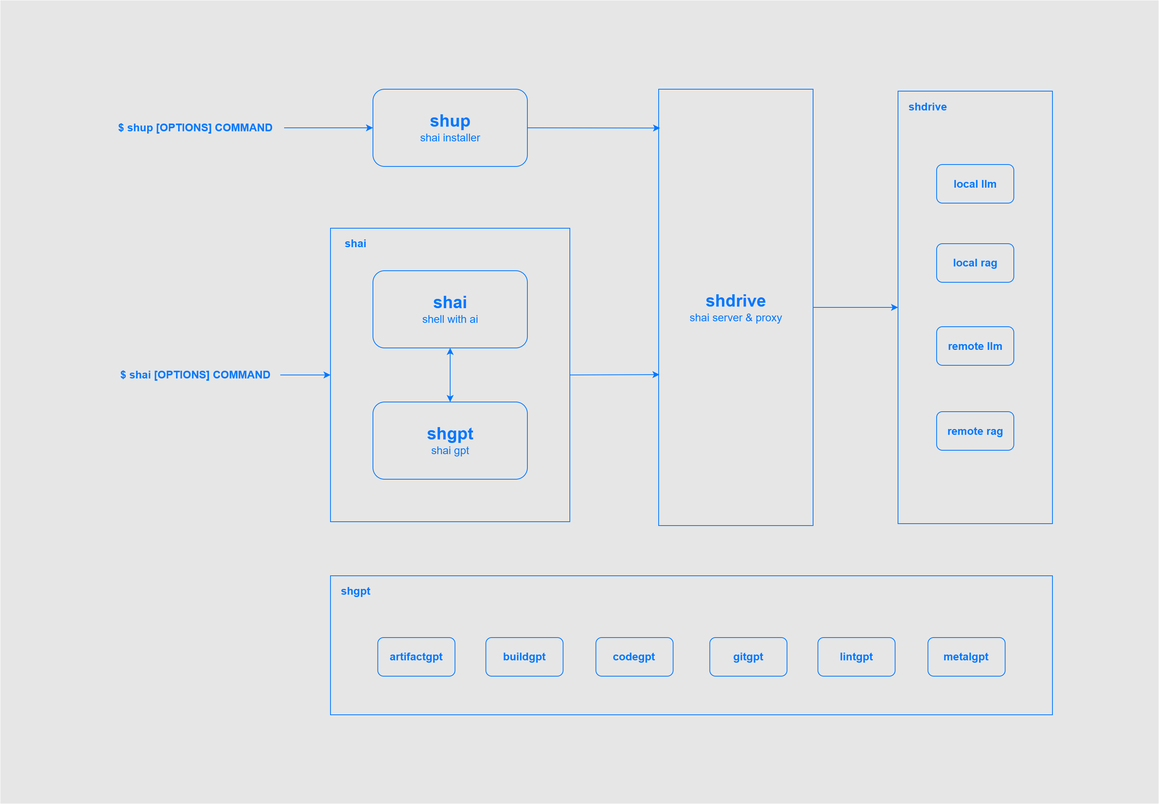
This is profile/arch.png from ai-flowx/.github, a draw.io export, as it was before one commit. Source tidied: cells renumbered, new cells last; positions are measured from the earlier drawing's top-left corner, leaving out a move shared by most shapes.
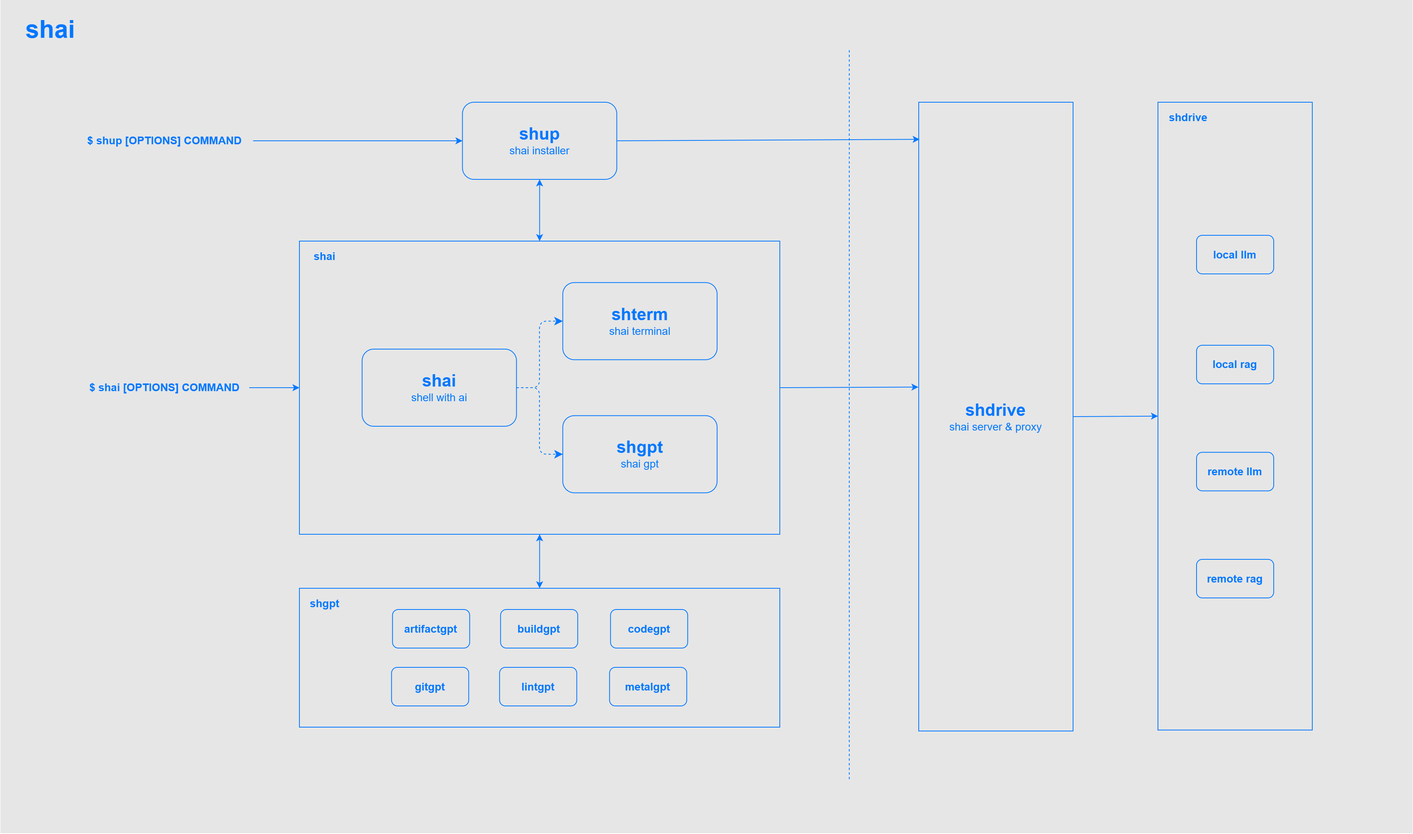
The same diagram one commit later.

Commit message:
docs(profile): update arch files

Diff of the diagram source:
```diff
@@ -3,16 +3,16 @@
     <mxCell id="0" />
     <mxCell id="1" parent="0" />
     <mxCell id="2" style="rounded=0;whiteSpace=wrap;html=1;strokeColor=none;fillColor=#E6E6E6;" parent="1" vertex="1">
-      <mxGeometry width="1500" height="1040" as="geometry" />
+      <mxGeometry x="40" y="-17.5" width="1830" height="1080" as="geometry" />
     </mxCell>
     <mxCell id="3" value="&lt;font color=&quot;#0077ff&quot; style=&quot;&quot;&gt;&lt;br&gt;&lt;/font&gt;" style="rounded=0;whiteSpace=wrap;html=1;strokeColor=#0077FF;fillColor=none;shadow=0;" parent="1" vertex="1">
-      <mxGeometry x="427.5" y="745" width="935" height="180" as="geometry" />
+      <mxGeometry x="427.5" y="745" width="622.5" height="180" as="geometry" />
     </mxCell>
     <mxCell id="4" style="rounded=0;whiteSpace=wrap;html=1;strokeColor=#0077FF;fontSize=14;fontColor=#0077FF;fillColor=none;" parent="1" vertex="1">
-      <mxGeometry x="427.5" y="295" width="310" height="380" as="geometry" />
+      <mxGeometry x="427.5" y="295" width="622.5" height="380" as="geometry" />
     </mxCell>
     <mxCell id="5" value="&lt;font color=&quot;#0077ff&quot; style=&quot;&quot;&gt;&lt;span style=&quot;font-weight: bold; font-size: 22px;&quot;&gt;shai&lt;/span&gt;&lt;br&gt;&lt;font style=&quot;font-size: 14px;&quot;&gt;shell with ai&lt;/font&gt;&lt;br&gt;&lt;/font&gt;" style="rounded=1;whiteSpace=wrap;html=1;strokeColor=#0077FF;fillColor=none;shadow=0;" parent="1" vertex="1">
-      <mxGeometry x="482.5" y="350" width="200" height="100" as="geometry" />
+      <mxGeometry x="508.8" y="435" width="200" height="100" as="geometry" />
     </mxCell>
     <mxCell id="6" value="$&amp;nbsp;shai [OPTIONS] COMMAND" style="text;html=1;strokeColor=none;fillColor=none;align=center;verticalAlign=middle;whiteSpace=wrap;rounded=0;fontStyle=1;dashed=1;fontColor=#0077FF;fontSize=14;" parent="1" vertex="1">
       <mxGeometry x="142.5" y="462.5" width="220" height="45" as="geometry" />
@@ -24,61 +24,58 @@
       <mxGeometry relative="1" as="geometry" />
     </mxCell>
     <mxCell id="9" value="&lt;font color=&quot;#0077ff&quot; style=&quot;&quot;&gt;&lt;span style=&quot;font-weight: bold; font-size: 22px;&quot;&gt;shup&lt;/span&gt;&lt;br&gt;&lt;font style=&quot;font-size: 14px;&quot;&gt;shai installer&lt;/font&gt;&lt;br&gt;&lt;/font&gt;" style="rounded=1;whiteSpace=wrap;html=1;strokeColor=#0077FF;fillColor=none;shadow=0;" parent="1" vertex="1">
-      <mxGeometry x="482.5" y="115" width="200" height="100" as="geometry" />
+      <mxGeometry x="638.8" y="115" width="200" height="100" as="geometry" />
     </mxCell>
     <mxCell id="10" value="&lt;font color=&quot;#0077ff&quot; style=&quot;&quot;&gt;&lt;span style=&quot;font-weight: bold; font-size: 22px;&quot;&gt;shdrive&lt;/span&gt;&lt;br&gt;&lt;font style=&quot;font-size: 14px;&quot;&gt;shai server &amp;amp; proxy&lt;/font&gt;&lt;br&gt;&lt;/font&gt;" style="rounded=0;whiteSpace=wrap;html=1;strokeColor=#0077FF;fillColor=none;shadow=0;" parent="1" vertex="1">
-      <mxGeometry x="852.5" y="115" width="200" height="565" as="geometry" />
+      <mxGeometry x="1230" y="115" width="200" height="815" as="geometry" />
     </mxCell>
-    <mxCell id="11" value="&lt;font color=&quot;#0077ff&quot; style=&quot;&quot;&gt;&lt;span style=&quot;font-weight: bold; font-size: 22px;&quot;&gt;shgpt&lt;/span&gt;&lt;br&gt;&lt;font style=&quot;font-size: 14px;&quot;&gt;shai gpt&lt;/font&gt;&lt;br&gt;&lt;/font&gt;" style="rounded=1;whiteSpace=wrap;html=1;strokeColor=#0077FF;fillColor=none;shadow=0;" parent="1" vertex="1">
-      <mxGeometry x="482.5" y="520" width="200" height="100" as="geometry" />
+    <mxCell id="11" value="&lt;span style=&quot;border-color: var(--border-color); color: rgb(0, 119, 255); font-weight: bold; font-size: 22px;&quot;&gt;shterm&lt;/span&gt;&lt;br style=&quot;border-color: var(--border-color); color: rgb(0, 119, 255);&quot;&gt;&lt;font style=&quot;border-color: var(--border-color); color: rgb(0, 119, 255); font-size: 14px;&quot;&gt;shai terminal&lt;/font&gt;&lt;font color=&quot;#0077ff&quot; style=&quot;&quot;&gt;&lt;br&gt;&lt;/font&gt;" style="rounded=1;whiteSpace=wrap;html=1;strokeColor=#0077FF;fillColor=none;shadow=0;" parent="1" vertex="1">
+      <mxGeometry x="768.8" y="348.8" width="200" height="100" as="geometry" />
     </mxCell>
     <mxCell id="12" style="endArrow=classic;html=1;fontSize=14;fontColor=#0077FF;entryX=0;entryY=0.5;entryDx=0;entryDy=0;exitX=1;exitY=0.5;exitDx=0;exitDy=0;strokeColor=#0077FF;" parent="1" edge="1" source="7" target="9">
       <mxGeometry relative="1" as="geometry" />
     </mxCell>
-    <mxCell id="13" style="endArrow=classic;html=1;fontSize=14;fontColor=#0077FF;entryX=0.5;entryY=1;entryDx=0;entryDy=0;exitX=0.5;exitY=0;exitDx=0;exitDy=0;strokeColor=#0077FF;startArrow=classic;startFill=1;" parent="1" edge="1" source="11" target="5">
-      <mxGeometry relative="1" as="geometry" />
-    </mxCell>
     <mxCell id="14" value="&lt;font color=&quot;#0077ff&quot; style=&quot;&quot;&gt;&lt;br&gt;&lt;/font&gt;" style="rounded=0;whiteSpace=wrap;html=1;strokeColor=#0077FF;fillColor=none;shadow=0;" parent="1" vertex="1">
-      <mxGeometry x="1162.5" y="117.5" width="200" height="560" as="geometry" />
+      <mxGeometry x="1540" y="115" width="200" height="813.8" as="geometry" />
     </mxCell>
     <mxCell id="15" value="&lt;font color=&quot;#0077ff&quot; style=&quot;&quot;&gt;&lt;b style=&quot;&quot;&gt;&lt;font style=&quot;font-size: 14px;&quot;&gt;local llm&lt;/font&gt;&lt;/b&gt;&lt;br&gt;&lt;/font&gt;" style="rounded=1;whiteSpace=wrap;html=1;strokeColor=#0077FF;fillColor=none;shadow=0;" parent="1" vertex="1">
-      <mxGeometry x="1212.5" y="212.5" width="100" height="50" as="geometry" />
+      <mxGeometry x="1590" y="287.5" width="100" height="50" as="geometry" />
     </mxCell>
     <mxCell id="16" value="&lt;font color=&quot;#0077ff&quot; style=&quot;&quot;&gt;&lt;b style=&quot;&quot;&gt;&lt;font style=&quot;font-size: 14px;&quot;&gt;local rag&lt;/font&gt;&lt;/b&gt;&lt;br&gt;&lt;/font&gt;" style="rounded=1;whiteSpace=wrap;html=1;strokeColor=#0077FF;fillColor=none;shadow=0;" parent="1" vertex="1">
-      <mxGeometry x="1212.5" y="315" width="100" height="50" as="geometry" />
+      <mxGeometry x="1590" y="430" width="100" height="50" as="geometry" />
     </mxCell>
     <mxCell id="17" value="&lt;font color=&quot;#0077ff&quot; style=&quot;&quot;&gt;&lt;b style=&quot;&quot;&gt;&lt;font style=&quot;font-size: 14px;&quot;&gt;remote llm&lt;/font&gt;&lt;/b&gt;&lt;br&gt;&lt;/font&gt;" style="rounded=1;whiteSpace=wrap;html=1;strokeColor=#0077FF;fillColor=none;shadow=0;" parent="1" vertex="1">
-      <mxGeometry x="1212.5" y="422.5" width="100" height="50" as="geometry" />
+      <mxGeometry x="1590" y="568.8" width="100" height="50" as="geometry" />
     </mxCell>
     <mxCell id="18" value="&lt;font color=&quot;#0077ff&quot; style=&quot;&quot;&gt;&lt;b style=&quot;&quot;&gt;&lt;font style=&quot;font-size: 14px;&quot;&gt;remote rag&lt;/font&gt;&lt;/b&gt;&lt;br&gt;&lt;/font&gt;" style="rounded=1;whiteSpace=wrap;html=1;strokeColor=#0077FF;fillColor=none;shadow=0;" parent="1" vertex="1">
-      <mxGeometry x="1212.5" y="532.5" width="100" height="50" as="geometry" />
+      <mxGeometry x="1590" y="707.5" width="100" height="50" as="geometry" />
     </mxCell>
-    <mxCell id="19" style="endArrow=classic;html=1;fontSize=14;fontColor=#0077FF;entryX=0.009;entryY=0.089;entryDx=0;entryDy=0;exitX=1;exitY=0.5;exitDx=0;exitDy=0;strokeColor=#0077FF;entryPerimeter=0;" parent="1" edge="1" source="9" target="10">
+    <mxCell id="19" style="endArrow=classic;html=1;fontSize=14;fontColor=#0077FF;entryX=0.006;entryY=0.059;entryDx=0;entryDy=0;exitX=1;exitY=0.5;exitDx=0;exitDy=0;strokeColor=#0077FF;entryPerimeter=0;" parent="1" edge="1" source="9" target="10">
       <mxGeometry relative="1" as="geometry" />
     </mxCell>
-    <mxCell id="20" style="endArrow=classic;html=1;fontSize=14;fontColor=#0077FF;entryX=0.005;entryY=0.654;entryDx=0;entryDy=0;exitX=1;exitY=0.5;exitDx=0;exitDy=0;strokeColor=#0077FF;entryPerimeter=0;" parent="1" edge="1" source="4" target="10">
+    <mxCell id="20" style="endArrow=classic;html=1;fontSize=14;fontColor=#0077FF;entryX=-0.002;entryY=0.453;entryDx=0;entryDy=0;exitX=1;exitY=0.5;exitDx=0;exitDy=0;strokeColor=#0077FF;entryPerimeter=0;" parent="1" edge="1" source="4" target="10">
       <mxGeometry relative="1" as="geometry" />
     </mxCell>
-    <mxCell id="21" style="endArrow=classic;html=1;fontSize=14;fontColor=#0077FF;entryX=0;entryY=0.5;entryDx=0;entryDy=0;exitX=1;exitY=0.5;exitDx=0;exitDy=0;strokeColor=#0077FF;" parent="1" edge="1" source="10" target="14">
+    <mxCell id="21" style="endArrow=classic;html=1;fontSize=14;fontColor=#0077FF;exitX=1;exitY=0.5;exitDx=0;exitDy=0;strokeColor=#0077FF;entryX=0;entryY=0.5;entryDx=0;entryDy=0;" parent="1" edge="1" source="10" target="14">
       <mxGeometry relative="1" as="geometry" />
     </mxCell>
     <mxCell id="22" value="&lt;font color=&quot;#0077ff&quot; style=&quot;&quot;&gt;&lt;b style=&quot;&quot;&gt;&lt;font style=&quot;font-size: 14px;&quot;&gt;artifactgpt&lt;/font&gt;&lt;/b&gt;&lt;br&gt;&lt;/font&gt;" style="rounded=1;whiteSpace=wrap;html=1;strokeColor=#0077FF;fillColor=none;shadow=0;" parent="1" vertex="1">
-      <mxGeometry x="488.8" y="825" width="100" height="50" as="geometry" />
+      <mxGeometry x="548.1" y="772.5" width="100" height="50" as="geometry" />
     </mxCell>
     <mxCell id="23" value="&lt;font color=&quot;#0077ff&quot; style=&quot;&quot;&gt;&lt;b style=&quot;&quot;&gt;&lt;font style=&quot;font-size: 14px;&quot;&gt;buildgpt&lt;/font&gt;&lt;/b&gt;&lt;br&gt;&lt;/font&gt;" style="rounded=1;whiteSpace=wrap;html=1;strokeColor=#0077FF;fillColor=none;shadow=0;" parent="1" vertex="1">
-      <mxGeometry x="628.8" y="825" width="100" height="50" as="geometry" />
+      <mxGeometry x="688.1" y="772.5" width="100" height="50" as="geometry" />
     </mxCell>
     <mxCell id="24" value="&lt;font color=&quot;#0077ff&quot; style=&quot;&quot;&gt;&lt;b style=&quot;&quot;&gt;&lt;font style=&quot;font-size: 14px;&quot;&gt;codegpt&lt;/font&gt;&lt;/b&gt;&lt;br&gt;&lt;/font&gt;" style="rounded=1;whiteSpace=wrap;html=1;strokeColor=#0077FF;fillColor=none;shadow=0;" parent="1" vertex="1">
-      <mxGeometry x="771.2" y="825" width="100" height="50" as="geometry" />
+      <mxGeometry x="830.6" y="772.5" width="100" height="50" as="geometry" />
     </mxCell>
     <mxCell id="25" value="&lt;font color=&quot;#0077ff&quot; style=&quot;&quot;&gt;&lt;b style=&quot;&quot;&gt;&lt;font style=&quot;font-size: 14px;&quot;&gt;gitgpt&lt;/font&gt;&lt;/b&gt;&lt;br&gt;&lt;/font&gt;" style="rounded=1;whiteSpace=wrap;html=1;strokeColor=#0077FF;fillColor=none;shadow=0;" parent="1" vertex="1">
-      <mxGeometry x="918.8" y="825" width="100" height="50" as="geometry" />
+      <mxGeometry x="546.9" y="847.5" width="100" height="50" as="geometry" />
     </mxCell>
     <mxCell id="26" value="&lt;font color=&quot;#0077ff&quot; style=&quot;&quot;&gt;&lt;b style=&quot;&quot;&gt;&lt;font style=&quot;font-size: 14px;&quot;&gt;lintgpt&lt;/font&gt;&lt;/b&gt;&lt;br&gt;&lt;/font&gt;" style="rounded=1;whiteSpace=wrap;html=1;strokeColor=#0077FF;fillColor=none;shadow=0;" parent="1" vertex="1">
-      <mxGeometry x="1058.8" y="825" width="100" height="50" as="geometry" />
+      <mxGeometry x="686.9" y="847.5" width="100" height="50" as="geometry" />
     </mxCell>
     <mxCell id="27" value="&lt;font color=&quot;#0077ff&quot; style=&quot;&quot;&gt;&lt;b style=&quot;&quot;&gt;&lt;font style=&quot;font-size: 14px;&quot;&gt;metalgpt&lt;/font&gt;&lt;/b&gt;&lt;br&gt;&lt;/font&gt;" style="rounded=1;whiteSpace=wrap;html=1;strokeColor=#0077FF;fillColor=none;shadow=0;" parent="1" vertex="1">
-      <mxGeometry x="1201.2" y="825" width="100" height="50" as="geometry" />
+      <mxGeometry x="829.4" y="847.5" width="100" height="50" as="geometry" />
     </mxCell>
     <mxCell id="28" value="shgpt" style="text;strokeColor=none;fillColor=none;html=1;fontSize=14;fontStyle=1;verticalAlign=middle;align=center;rounded=0;shadow=0;fontColor=#0077FF;" parent="1" vertex="1">
       <mxGeometry x="427.5" y="745" width="65" height="40" as="geometry" />
@@ -87,7 +84,31 @@
       <mxGeometry x="427.5" y="295" width="65" height="40" as="geometry" />
     </mxCell>
     <mxCell id="30" value="shdrive" style="text;strokeColor=none;fillColor=none;html=1;fontSize=14;fontStyle=1;verticalAlign=middle;align=center;rounded=0;shadow=0;fontColor=#0077FF;" parent="1" vertex="1">
-      <mxGeometry x="1162.5" y="117.5" width="77.5" height="40" as="geometry" />
+      <mxGeometry x="1540" y="115" width="77.5" height="40" as="geometry" />
     </mxCell>
+    <mxCell id="31" style="endArrow=none;html=1;strokeColor=#0077FF;dashed=1;" parent="1" edge="1">
+      <mxGeometry relative="1" as="geometry">
+        <mxPoint x="1140" y="992.5" as="sourcePoint" />
+        <mxPoint x="1140" y="47.5" as="targetPoint" />
+      </mxGeometry>
+    </mxCell>
+    <mxCell id="32" value="&lt;font color=&quot;#0077ff&quot; style=&quot;&quot;&gt;&lt;span style=&quot;font-weight: bold; font-size: 22px;&quot;&gt;shgpt&lt;/span&gt;&lt;br&gt;&lt;font style=&quot;font-size: 14px;&quot;&gt;shai gpt&lt;/font&gt;&lt;br&gt;&lt;/font&gt;" style="rounded=1;whiteSpace=wrap;html=1;strokeColor=#0077FF;fillColor=none;shadow=0;" parent="1" vertex="1">
+      <mxGeometry x="768.8" y="521.2" width="200" height="100" as="geometry" />
+    </mxCell>
+    <mxCell id="33" style="edgeStyle=elbowEdgeStyle;elbow=horizontal;endArrow=classic;html=1;rounded=1;endSize=8;startSize=8;dashed=1;strokeColor=#0077FF;exitX=1;exitY=0.5;exitDx=0;exitDy=0;entryX=0;entryY=0.5;entryDx=0;entryDy=0;" parent="1" edge="1" source="5" target="11">
+      <mxGeometry relative="1" as="geometry" />
+    </mxCell>
+    <mxCell id="34" style="edgeStyle=elbowEdgeStyle;elbow=horizontal;endArrow=classic;html=1;rounded=1;endSize=8;startSize=8;dashed=1;strokeColor=#0077FF;exitX=1;exitY=0.5;exitDx=0;exitDy=0;entryX=0;entryY=0.5;entryDx=0;entryDy=0;" parent="1" edge="1" source="5" target="32">
+      <mxGeometry relative="1" as="geometry" />
+    </mxCell>
+    <mxCell id="35" style="endArrow=classic;startArrow=classic;html=1;rounded=1;strokeColor=#0077FF;entryX=0.5;entryY=0;entryDx=0;entryDy=0;exitX=0.5;exitY=1;exitDx=0;exitDy=0;" parent="1" edge="1" source="9" target="4">
+      <mxGeometry relative="1" as="geometry" />
+    </mxCell>
+    <mxCell id="36" style="endArrow=classic;startArrow=classic;html=1;rounded=1;strokeColor=#0077FF;entryX=0.5;entryY=0;entryDx=0;entryDy=0;exitX=0.5;exitY=1;exitDx=0;exitDy=0;" parent="1" edge="1" source="4" target="3">
+      <mxGeometry relative="1" as="geometry" />
+    </mxCell>
+    <mxCell id="37" value="shai" style="text;html=1;strokeColor=none;fillColor=none;align=center;verticalAlign=middle;whiteSpace=wrap;rounded=0;fontSize=32;fontStyle=1;fontColor=#0077FF;" parent="1" vertex="1">
+      <mxGeometry x="40" y="-17.5" width="130" height="77.5" as="geometry" />
+    </mxCell>
   </root>
 </mxGraphModel>
```
